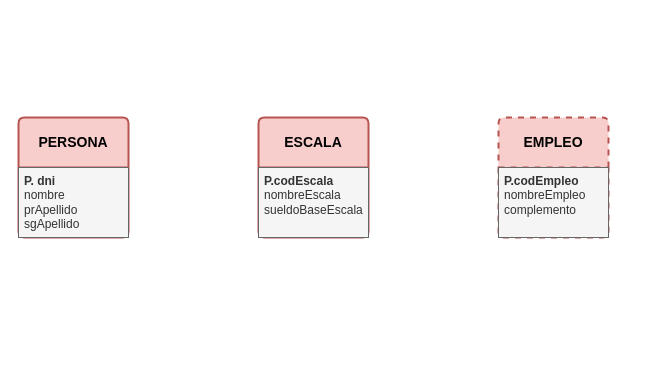
Before: Gobierno_del_dato_Modelo_9.drawio in JonatanCarMar/Diagrams, a draw.io diagram. Source tidied: cells renumbered, new cells numbered last; positions are measured from the earlier drawing's top-left corner, leaving out a move shared by most shapes. Both pictures are drawn from the tidied source at 100%, with x=0, y=0 at pixel (18, 117).
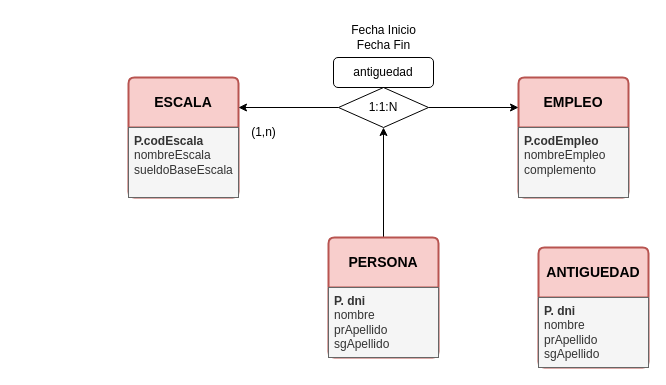
Above is the later version.

Change to the diagram source:
```diff
@@
 <mxGraphModel>
   <root>
     <mxCell id="0" />
     <mxCell id="1" parent="0" />
+    <mxCell id="8" style="edgeStyle=orthogonalEdgeStyle;rounded=0;jettySize=auto;html=1;" parent="1" edge="1" source="2" target="11">
+      <mxGeometry relative="1" as="geometry" />
+    </mxCell>
     <mxCell id="2" value="&lt;b&gt;PERSONA&lt;/b&gt;" style="swimlane;horizontal=1;startSize=50;rounded=1;fontSize=14;fontStyle=0;strokeWidth=2;shadow=0;dashed=0;align=center;arcSize=4;whiteSpace=wrap;html=1;fillColor=#f8cecc;strokeColor=#b85450;" parent="1" vertex="1">
-      <mxGeometry width="110" height="120" as="geometry" />
+      <mxGeometry x="310" y="120" width="110" height="120" as="geometry" />
     </mxCell>
     <mxCell id="3" value="&lt;b&gt;P. dni&lt;br&gt;&lt;/b&gt;nombre&lt;br&gt;prApellido&lt;br&gt;sgApellido" style="align=left;strokeColor=#666666;fillColor=#f5f5f5;spacingLeft=4;fontSize=12;verticalAlign=top;html=1;fontColor=#333333;" parent="2" vertex="1">
       <mxGeometry y="50" width="110" height="70" as="geometry" />
     </mxCell>
     <mxCell id="4" value="&lt;b&gt;ESCALA&lt;/b&gt;" style="swimlane;horizontal=1;startSize=50;rounded=1;fontSize=14;fontStyle=0;strokeWidth=2;shadow=0;dashed=0;align=center;arcSize=4;whiteSpace=wrap;html=1;fillColor=#f8cecc;strokeColor=#b85450;" parent="1" vertex="1">
-      <mxGeometry x="240" width="110" height="120" as="geometry" />
+      <mxGeometry x="110" y="-40" width="110" height="120" as="geometry" />
     </mxCell>
     <mxCell id="5" value="&lt;b&gt;P.codEscala&lt;br&gt;&lt;/b&gt;nombreEscala&lt;br&gt;sueldoBaseEscala" style="align=left;strokeColor=#666666;fillColor=#f5f5f5;spacingLeft=4;fontSize=12;verticalAlign=top;html=1;fontColor=#333333;" parent="4" vertex="1">
       <mxGeometry y="50" width="110" height="70" as="geometry" />
     </mxCell>
-    <mxCell id="6" value="&lt;b&gt;EMPLEO&lt;/b&gt;" style="swimlane;horizontal=1;startSize=50;rounded=1;fontSize=14;fontStyle=0;strokeWidth=2;shadow=0;dashed=1;align=center;arcSize=4;whiteSpace=wrap;html=1;fillColor=#f8cecc;strokeColor=#b85450;swimlaneLine=1;" parent="1" vertex="1">
-      <mxGeometry x="480" width="110" height="120" as="geometry" />
+    <mxCell id="6" value="&lt;b&gt;EMPLEO&lt;/b&gt;" style="swimlane;horizontal=1;startSize=50;rounded=1;fontSize=14;fontStyle=0;strokeWidth=2;shadow=0;align=center;arcSize=4;whiteSpace=wrap;html=1;fillColor=#f8cecc;strokeColor=#b85450;swimlaneLine=1;" parent="1" vertex="1">
+      <mxGeometry x="500" y="-40" width="110" height="120" as="geometry" />
     </mxCell>
     <mxCell id="7" value="&lt;b&gt;P.codEmpleo&lt;br&gt;&lt;/b&gt;nombreEmpleo&lt;br&gt;complemento" style="align=left;strokeColor=#666666;fillColor=#f5f5f5;spacingLeft=4;fontSize=12;verticalAlign=top;html=1;fontColor=#333333;" parent="6" vertex="1">
       <mxGeometry y="50" width="110" height="70" as="geometry" />
     </mxCell>
+    <mxCell id="9" style="edgeStyle=orthogonalEdgeStyle;rounded=0;jettySize=auto;html=1;entryX=1;entryY=0.25;entryDx=0;entryDy=0;" parent="1" edge="1" source="11" target="4">
+      <mxGeometry relative="1" as="geometry" />
+    </mxCell>
+    <mxCell id="10" style="edgeStyle=orthogonalEdgeStyle;rounded=0;jettySize=auto;html=1;entryX=0;entryY=0.25;entryDx=0;entryDy=0;" parent="1" edge="1" source="11" target="6">
+      <mxGeometry relative="1" as="geometry" />
+    </mxCell>
+    <mxCell id="11" value="1:1:N" style="shape=rhombus;perimeter=rhombusPerimeter;whiteSpace=wrap;html=1;align=center;" parent="1" vertex="1">
+      <mxGeometry x="320" y="-30" width="90" height="40" as="geometry" />
+    </mxCell>
+    <mxCell id="12" value="antiguedad" style="rounded=1;whiteSpace=wrap;html=1;" parent="1" vertex="1">
+      <mxGeometry x="315" y="-60" width="100" height="30" as="geometry" />
+    </mxCell>
+    <mxCell id="13" value="(1,n)" style="text;html=1;align=center;verticalAlign=middle;strokeColor=none;fillColor=none;" parent="1" vertex="1">
+      <mxGeometry x="220" width="50" height="30" as="geometry" />
+    </mxCell>
+    <mxCell id="14" value="Fecha Inicio&lt;br&gt;Fecha Fin" style="text;html=1;align=center;verticalAlign=middle;strokeColor=none;fillColor=none;" parent="1" vertex="1">
+      <mxGeometry x="320" y="-100" width="90" height="40" as="geometry" />
+    </mxCell>
+    <mxCell id="15" value="&lt;b&gt;ANTIGUEDAD&lt;/b&gt;" style="swimlane;horizontal=1;startSize=50;rounded=1;fontSize=14;fontStyle=0;strokeWidth=2;shadow=0;dashed=0;align=center;arcSize=4;whiteSpace=wrap;html=1;fillColor=#f8cecc;strokeColor=#b85450;" parent="1" vertex="1">
+      <mxGeometry x="520" y="130" width="110" height="120" as="geometry" />
+    </mxCell>
+    <mxCell id="16" value="&lt;b&gt;P. dni&lt;br&gt;&lt;/b&gt;nombre&lt;br&gt;prApellido&lt;br&gt;sgApellido" style="align=left;strokeColor=#666666;fillColor=#f5f5f5;spacingLeft=4;fontSize=12;verticalAlign=top;html=1;fontColor=#333333;" parent="15" vertex="1">
+      <mxGeometry y="50" width="110" height="70" as="geometry" />
+    </mxCell>
   </root>
 </mxGraphModel>
```
